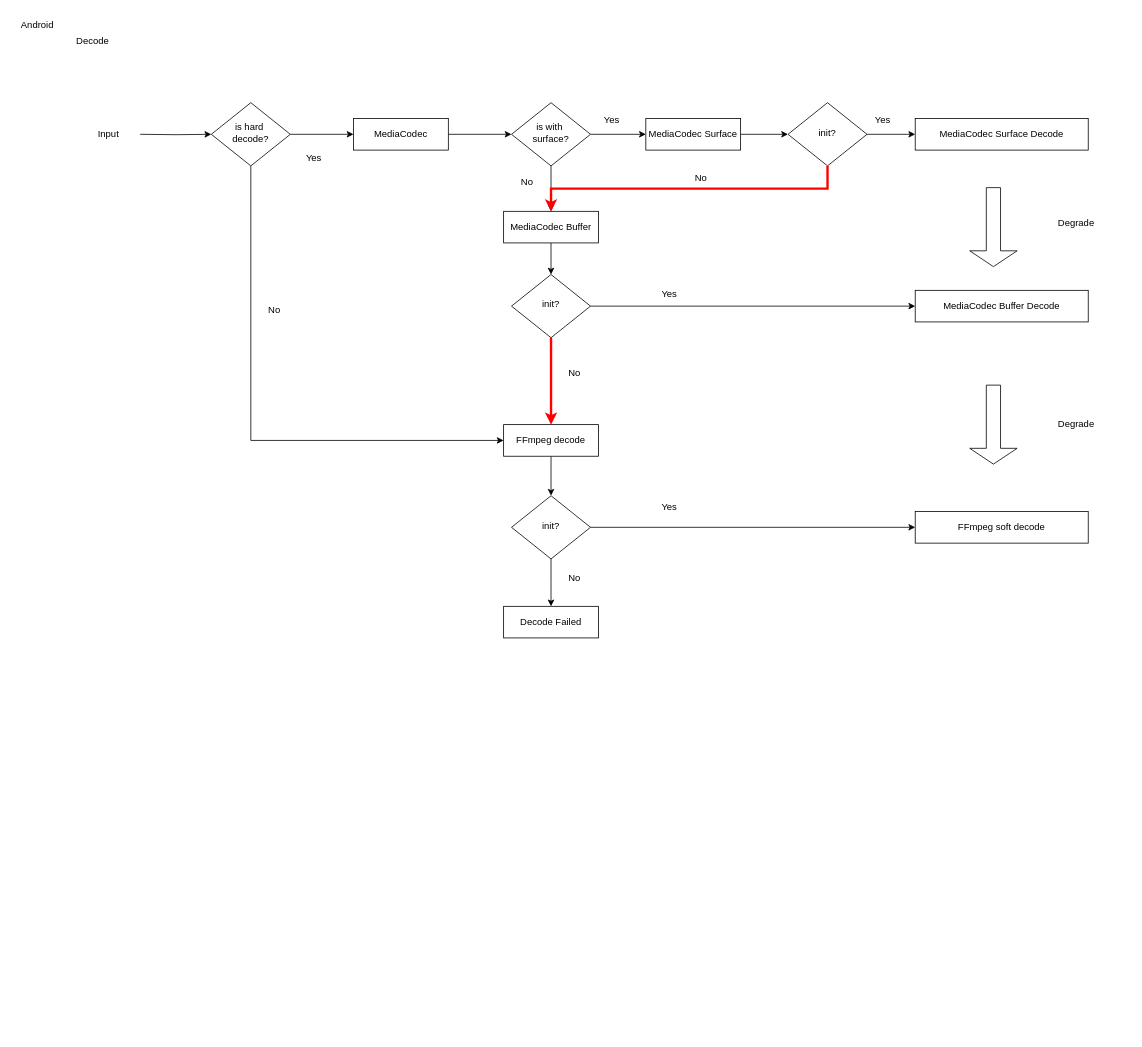
This is render_decode_flow.drawio from JXChuangLab/AVKit, a draw.io file, before an edit. Source tidied: cells renumbered, new cells numbered last; positions are measured from the earlier drawing's top-left corner, leaving out a move shared by most shapes. Both pictures are drawn from the tidied source at 79%, with x=0, y=0 at pixel (13, 13).
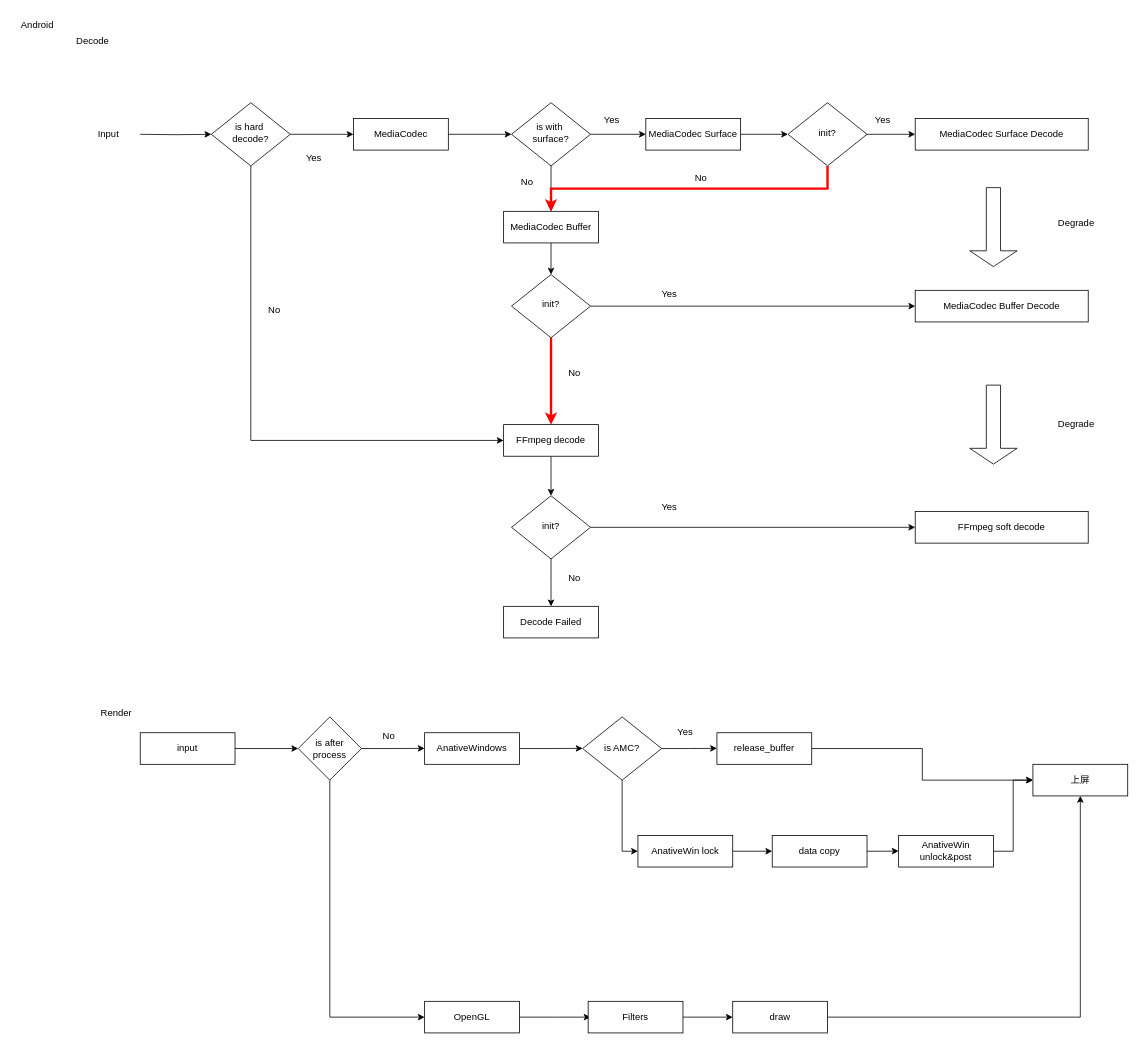
The same diagram, later.

Commit message:
新增渲染流程

The edit, as a diff of the source:
```diff
@@
+    <mxCell id="47" value="Render" style="text;html=1;align=center;verticalAlign=middle;whiteSpace=wrap;rounded=0;" parent="1" vertex="1">
+      <mxGeometry x="100" y="870" width="60" height="30" as="geometry" />
+    </mxCell>
+    <mxCell id="48" style="edgeStyle=orthogonalEdgeStyle;rounded=0;jettySize=auto;html=1;exitX=1;exitY=0.5;exitDx=0;exitDy=0;entryX=0;entryY=0.5;entryDx=0;entryDy=0;" parent="1" edge="1" source="49" target="52">
+      <mxGeometry relative="1" as="geometry" />
+    </mxCell>
+    <mxCell id="49" value="input" style="rounded=0;whiteSpace=wrap;html=1;" parent="1" vertex="1">
+      <mxGeometry x="160" y="910" width="120" height="40" as="geometry" />
+    </mxCell>
+    <mxCell id="50" style="edgeStyle=orthogonalEdgeStyle;rounded=0;jettySize=auto;html=1;exitX=1;exitY=0.5;exitDx=0;exitDy=0;" parent="1" edge="1" source="52">
+      <mxGeometry relative="1" as="geometry">
+        <mxPoint x="520" y="929.8" as="targetPoint" />
+      </mxGeometry>
+    </mxCell>
+    <mxCell id="51" style="edgeStyle=orthogonalEdgeStyle;rounded=0;jettySize=auto;html=1;exitX=0.5;exitY=1;exitDx=0;exitDy=0;entryX=0;entryY=0.5;entryDx=0;entryDy=0;" parent="1" edge="1" source="52" target="70">
+      <mxGeometry relative="1" as="geometry" />
+    </mxCell>
+    <mxCell id="52" value="is after process" style="rhombus;whiteSpace=wrap;html=1;" parent="1" vertex="1">
+      <mxGeometry x="360" y="890" width="80" height="80" as="geometry" />
+    </mxCell>
+    <mxCell id="53" value="No" style="text;html=1;align=center;verticalAlign=middle;whiteSpace=wrap;rounded=0;" parent="1" vertex="1">
+      <mxGeometry x="445" y="900" width="60" height="30" as="geometry" />
+    </mxCell>
+    <mxCell id="54" style="edgeStyle=orthogonalEdgeStyle;rounded=0;jettySize=auto;html=1;exitX=1;exitY=0.5;exitDx=0;exitDy=0;" parent="1" edge="1" source="55">
+      <mxGeometry relative="1" as="geometry">
+        <mxPoint x="720" y="929.8" as="targetPoint" />
+      </mxGeometry>
+    </mxCell>
+    <mxCell id="55" value="AnativeWindows" style="rounded=0;whiteSpace=wrap;html=1;" parent="1" vertex="1">
+      <mxGeometry x="520" y="910" width="120" height="40" as="geometry" />
+    </mxCell>
+    <mxCell id="56" style="edgeStyle=orthogonalEdgeStyle;rounded=0;jettySize=auto;html=1;exitX=1;exitY=0.5;exitDx=0;exitDy=0;" parent="1" edge="1" source="58">
+      <mxGeometry relative="1" as="geometry">
+        <mxPoint x="890" y="929.8" as="targetPoint" />
+      </mxGeometry>
+    </mxCell>
+    <mxCell id="57" style="edgeStyle=orthogonalEdgeStyle;rounded=0;jettySize=auto;html=1;exitX=0.5;exitY=1;exitDx=0;exitDy=0;entryX=0;entryY=0.5;entryDx=0;entryDy=0;" parent="1" edge="1" source="58" target="67">
+      <mxGeometry relative="1" as="geometry" />
+    </mxCell>
+    <mxCell id="58" value="is AMC?" style="rhombus;whiteSpace=wrap;html=1;" parent="1" vertex="1">
+      <mxGeometry x="720" y="890" width="100" height="80" as="geometry" />
+    </mxCell>
+    <mxCell id="59" style="edgeStyle=orthogonalEdgeStyle;rounded=0;jettySize=auto;html=1;exitX=1;exitY=0.5;exitDx=0;exitDy=0;entryX=0;entryY=0.5;entryDx=0;entryDy=0;" parent="1" edge="1" source="60" target="68">
+      <mxGeometry relative="1" as="geometry" />
+    </mxCell>
+    <mxCell id="60" value="release_buffer" style="rounded=0;whiteSpace=wrap;html=1;" parent="1" vertex="1">
+      <mxGeometry x="890" y="910" width="120" height="40" as="geometry" />
+    </mxCell>
+    <mxCell id="61" value="Yes" style="text;html=1;align=center;verticalAlign=middle;whiteSpace=wrap;rounded=0;" parent="1" vertex="1">
+      <mxGeometry x="820" y="894" width="60" height="30" as="geometry" />
+    </mxCell>
+    <mxCell id="62" style="edgeStyle=orthogonalEdgeStyle;rounded=0;jettySize=auto;html=1;exitX=1;exitY=0.5;exitDx=0;exitDy=0;" parent="1" edge="1" source="63">
+      <mxGeometry relative="1" as="geometry">
+        <mxPoint x="1120" y="1059.8" as="targetPoint" />
+      </mxGeometry>
+    </mxCell>
+    <mxCell id="63" value="data copy" style="rounded=0;whiteSpace=wrap;html=1;" parent="1" vertex="1">
+      <mxGeometry x="960" y="1040" width="120" height="40" as="geometry" />
+    </mxCell>
+    <mxCell id="64" style="edgeStyle=orthogonalEdgeStyle;rounded=0;jettySize=auto;html=1;exitX=1;exitY=0.5;exitDx=0;exitDy=0;entryX=0;entryY=0.5;entryDx=0;entryDy=0;" parent="1" edge="1" source="65" target="68">
+      <mxGeometry relative="1" as="geometry" />
+    </mxCell>
+    <mxCell id="65" value="AnativeWin unlock&amp;amp;post" style="rounded=0;whiteSpace=wrap;html=1;" parent="1" vertex="1">
+      <mxGeometry x="1120" y="1040" width="120" height="40" as="geometry" />
+    </mxCell>
+    <mxCell id="66" style="edgeStyle=orthogonalEdgeStyle;rounded=0;jettySize=auto;html=1;exitX=1;exitY=0.5;exitDx=0;exitDy=0;entryX=0;entryY=0.5;entryDx=0;entryDy=0;" parent="1" edge="1" source="67" target="63">
+      <mxGeometry relative="1" as="geometry" />
+    </mxCell>
+    <mxCell id="67" value="AnativeWin lock" style="rounded=0;whiteSpace=wrap;html=1;" parent="1" vertex="1">
+      <mxGeometry x="790" y="1040" width="120" height="40" as="geometry" />
+    </mxCell>
+    <mxCell id="68" value="上屏" style="rounded=0;whiteSpace=wrap;html=1;" parent="1" vertex="1">
+      <mxGeometry x="1290" y="950" width="120" height="40" as="geometry" />
+    </mxCell>
+    <mxCell id="69" style="edgeStyle=orthogonalEdgeStyle;rounded=0;jettySize=auto;html=1;exitX=1;exitY=0.5;exitDx=0;exitDy=0;" parent="1" edge="1" source="70">
+      <mxGeometry relative="1" as="geometry">
+        <mxPoint x="730" y="1270" as="targetPoint" />
+      </mxGeometry>
+    </mxCell>
+    <mxCell id="70" value="OpenGL" style="rounded=0;whiteSpace=wrap;html=1;" parent="1" vertex="1">
+      <mxGeometry x="520" y="1250" width="120" height="40" as="geometry" />
+    </mxCell>
+    <mxCell id="71" style="edgeStyle=orthogonalEdgeStyle;rounded=0;jettySize=auto;html=1;exitX=1;exitY=0.5;exitDx=0;exitDy=0;" parent="1" edge="1" source="72" target="74">
+      <mxGeometry relative="1" as="geometry" />
+    </mxCell>
+    <mxCell id="72" value="Filters" style="rounded=0;whiteSpace=wrap;html=1;" parent="1" vertex="1">
+      <mxGeometry x="727" y="1250" width="120" height="40" as="geometry" />
+    </mxCell>
+    <mxCell id="73" style="edgeStyle=orthogonalEdgeStyle;rounded=0;jettySize=auto;html=1;exitX=1;exitY=0.5;exitDx=0;exitDy=0;entryX=0.5;entryY=1;entryDx=0;entryDy=0;" parent="1" edge="1" source="74" target="68">
+      <mxGeometry relative="1" as="geometry" />
+    </mxCell>
+    <mxCell id="74" value="draw" style="rounded=0;whiteSpace=wrap;html=1;" parent="1" vertex="1">
+      <mxGeometry x="910" y="1250" width="120" height="40" as="geometry" />
+    </mxCell>
```
